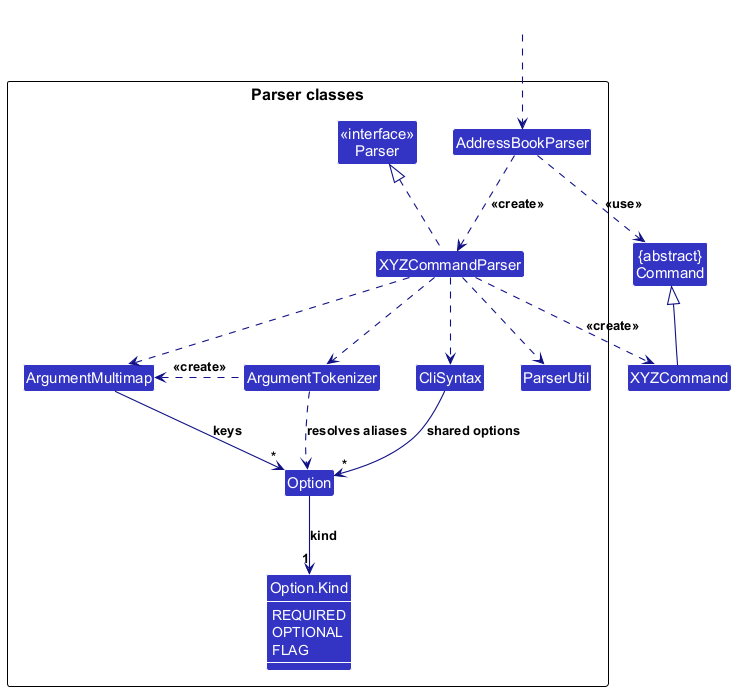
This is docs/images/ParserClasses.png from AY2627S1-CS2103T-T14-3/tp, a PlantUML export, as it was before one commit.
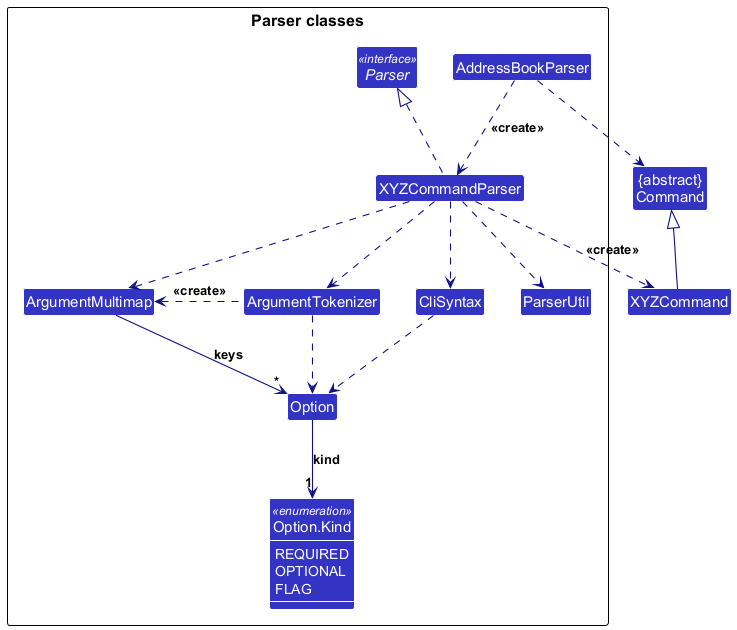
Later version of the same file.

Commit message:
Align parser UML with the module notation

The diagram treats static option constants as instance associations
and leaves the enum type implicit. An external placeholder also adds
a dangling arrow without explaining the parser design.

Distinguish static dependencies from retained references, mark the
interface and enumeration explicitly, and remove the placeholder.
Explain the notation in the Developer Guide while keeping the diagram
focused on the existing types and relationships.

Change to the diagram source:
```diff
@@ -9,7 +9,7 @@
 Class XYZCommand
 
 package "Parser classes"{
-Class "<<interface>>\nParser" as Parser
+Interface Parser <<interface>>
 Class AddressBookParser
 Class XYZCommandParser
 Class CliSyntax
@@ -17,7 +17,7 @@
 Class ArgumentMultimap
 Class ArgumentTokenizer
 Class Option
-Enum "Option.Kind" as OptionKind {
+Enum "Option.Kind" as OptionKind <<enumeration>> {
     REQUIRED
     OPTIONAL
     FLAG
@@ -25,22 +25,19 @@
 show OptionKind members
 }
 
-Class HiddenOutside #FFFFFF
-HiddenOutside ..> AddressBookParser
-
 AddressBookParser .down.> XYZCommandParser: <<create>>
 
 XYZCommandParser ..> XYZCommand : <<create>>
-AddressBookParser ..> Command : <<use>>
+AddressBookParser ..> Command
 XYZCommandParser .up.|> Parser
 XYZCommandParser ..> ArgumentMultimap
 XYZCommandParser ..> ArgumentTokenizer
 ArgumentTokenizer .left.> ArgumentMultimap : <<create>>
 XYZCommandParser ..> CliSyntax
-CliSyntax --> "*" Option : shared options
+CliSyntax ..> Option
 XYZCommandParser ..> ParserUtil
 ArgumentMultimap --> "*" Option : keys
-ArgumentTokenizer .down.> Option : resolves aliases
+ArgumentTokenizer .down.> Option
 Option --> "1" OptionKind : kind
 XYZCommand -up-|> Command
 @enduml
```
